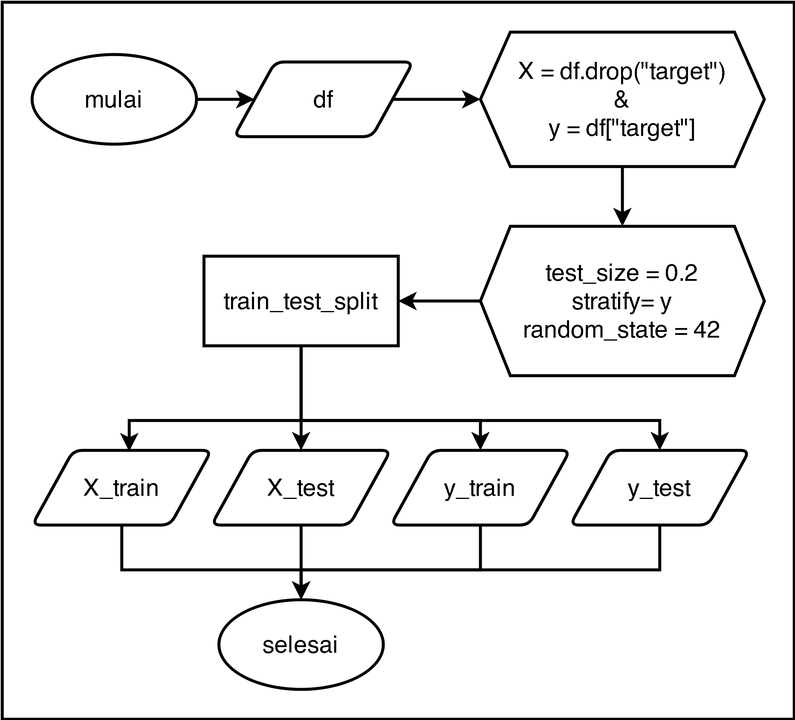
rshby/skripsi keeps this draw.io diagram as Images/flowchart_datasets_splitting.png. Above is the earlier version. Source tidied: cells renumbered, new cells last; positions are measured from the earlier drawing's top-left corner, leaving out a move shared by most shapes. Source of this version:
```xml
<mxGraphModel>
  <root>
    <mxCell id="0" />
    <mxCell id="1" parent="0" />
    <mxCell id="2" style="group;" parent="1" vertex="1">
      <mxGeometry width="530" height="480" as="geometry" />
    </mxCell>
    <mxCell id="3" style="rounded=0;whiteSpace=wrap;html=1;strokeWidth=2;" parent="2" vertex="1">
      <mxGeometry width="530" height="480" as="geometry" />
    </mxCell>
    <mxCell id="4" value="&lt;font style=&quot;font-size: 16px&quot;&gt;mulai&lt;/font&gt;" style="ellipse;whiteSpace=wrap;html=1;strokeWidth=2;" parent="2" vertex="1">
      <mxGeometry x="20" y="35" width="110" height="60" as="geometry" />
    </mxCell>
    <mxCell id="5" value="&lt;font style=&quot;font-size: 16px&quot;&gt;df&lt;/font&gt;" style="shape=parallelogram;html=1;strokeWidth=2;perimeter=parallelogramPerimeter;whiteSpace=wrap;rounded=1;arcSize=12;size=0.23;" parent="2" vertex="1">
      <mxGeometry x="155" y="40" width="120" height="50" as="geometry" />
    </mxCell>
    <mxCell id="6" value="&lt;font style=&quot;font-size: 16px&quot;&gt;X_train&lt;/font&gt;" style="shape=parallelogram;html=1;strokeWidth=2;perimeter=parallelogramPerimeter;whiteSpace=wrap;rounded=1;arcSize=12;size=0.23;" parent="2" vertex="1">
      <mxGeometry x="20" y="300" width="120" height="50" as="geometry" />
    </mxCell>
    <mxCell id="7" value="&lt;font style=&quot;font-size: 16px&quot;&gt;X_test&lt;/font&gt;" style="shape=parallelogram;html=1;strokeWidth=2;perimeter=parallelogramPerimeter;whiteSpace=wrap;rounded=1;arcSize=12;size=0.23;" parent="2" vertex="1">
      <mxGeometry x="140" y="300" width="120" height="50" as="geometry" />
    </mxCell>
    <mxCell id="8" value="&lt;span style=&quot;font-size: 16px&quot;&gt;y_train&lt;/span&gt;" style="shape=parallelogram;html=1;strokeWidth=2;perimeter=parallelogramPerimeter;whiteSpace=wrap;rounded=1;arcSize=12;size=0.23;" parent="2" vertex="1">
      <mxGeometry x="260" y="300" width="120" height="50" as="geometry" />
    </mxCell>
    <mxCell id="9" value="&lt;font style=&quot;font-size: 16px&quot;&gt;y_test&lt;/font&gt;" style="shape=parallelogram;html=1;strokeWidth=2;perimeter=parallelogramPerimeter;whiteSpace=wrap;rounded=1;arcSize=12;size=0.23;" parent="2" vertex="1">
      <mxGeometry x="380" y="300" width="120" height="50" as="geometry" />
    </mxCell>
    <mxCell id="10" value="&lt;font style=&quot;font-size: 16px&quot;&gt;selesai&lt;/font&gt;" style="ellipse;whiteSpace=wrap;html=1;strokeWidth=2;" parent="2" vertex="1">
      <mxGeometry x="145" y="400" width="110" height="60" as="geometry" />
    </mxCell>
    <mxCell id="11" value="&lt;font style=&quot;font-size: 16px&quot;&gt;test_size = 0.2&lt;br&gt;stratify= y&lt;br&gt;random_state = 42&lt;br&gt;&lt;/font&gt;" style="shape=hexagon;perimeter=hexagonPerimeter2;whiteSpace=wrap;html=1;fixedSize=1;strokeWidth=2;" parent="2" vertex="1">
      <mxGeometry x="320" y="150" width="190" height="100" as="geometry" />
    </mxCell>
    <mxCell id="12" value="&lt;font style=&quot;font-size: 16px&quot;&gt;X = df.drop(&quot;target&quot;)&lt;br&gt;&amp;amp;&lt;br&gt;y = df[&quot;target&quot;]&lt;/font&gt;" style="shape=hexagon;perimeter=hexagonPerimeter2;whiteSpace=wrap;html=1;fixedSize=1;strokeWidth=2;" parent="2" vertex="1">
      <mxGeometry x="320" y="20" width="190" height="90" as="geometry" />
    </mxCell>
    <mxCell id="13" style="endArrow=classic;html=1;strokeWidth=2;exitX=1;exitY=0.5;exitDx=0;exitDy=0;entryX=0;entryY=0.5;entryDx=0;entryDy=0;" parent="2" edge="1" source="5" target="12">
      <mxGeometry relative="1" as="geometry" />
    </mxCell>
    <mxCell id="14" style="endArrow=classic;html=1;strokeWidth=2;exitX=1;exitY=0.5;exitDx=0;exitDy=0;entryX=0;entryY=0.5;entryDx=0;entryDy=0;" parent="2" edge="1" source="4" target="5">
      <mxGeometry relative="1" as="geometry" />
    </mxCell>
    <mxCell id="15" value="&lt;font style=&quot;font-size: 16px&quot;&gt;train_test_split&lt;/font&gt;" style="rounded=0;whiteSpace=wrap;html=1;strokeWidth=2;" parent="2" vertex="1">
      <mxGeometry x="135" y="170" width="130" height="60" as="geometry" />
    </mxCell>
    <mxCell id="16" style="endArrow=classic;html=1;strokeWidth=2;exitX=0.5;exitY=1;exitDx=0;exitDy=0;entryX=0.5;entryY=0;entryDx=0;entryDy=0;" parent="2" edge="1" source="12" target="11">
      <mxGeometry relative="1" as="geometry" />
    </mxCell>
    <mxCell id="17" style="endArrow=classic;html=1;strokeWidth=2;exitX=0;exitY=0.5;exitDx=0;exitDy=0;entryX=1;entryY=0.5;entryDx=0;entryDy=0;" parent="2" edge="1" source="11" target="15">
      <mxGeometry relative="1" as="geometry" />
    </mxCell>
    <mxCell id="18" style="endArrow=classic;html=1;strokeWidth=2;exitX=0.5;exitY=1;exitDx=0;exitDy=0;entryX=0.541;entryY=0.014;entryDx=0;entryDy=0;entryPerimeter=0;rounded=0;" parent="2" edge="1" source="15" target="6">
      <mxGeometry relative="1" as="geometry">
        <Array as="points">
          <mxPoint x="200" y="280" />
          <mxPoint x="85" y="280" />
        </Array>
      </mxGeometry>
    </mxCell>
    <mxCell id="19" style="endArrow=classic;html=1;strokeWidth=2;exitX=0.5;exitY=1;exitDx=0;exitDy=0;entryX=0.5;entryY=0;entryDx=0;entryDy=0;" parent="2" edge="1" source="15" target="7">
      <mxGeometry relative="1" as="geometry" />
    </mxCell>
    <mxCell id="20" style="endArrow=classic;html=1;strokeWidth=2;exitX=0.5;exitY=1;exitDx=0;exitDy=0;entryX=0.5;entryY=0;entryDx=0;entryDy=0;rounded=0;" parent="2" edge="1" source="15" target="8">
      <mxGeometry relative="1" as="geometry">
        <Array as="points">
          <mxPoint x="200" y="280" />
          <mxPoint x="320" y="280" />
        </Array>
      </mxGeometry>
    </mxCell>
    <mxCell id="21" style="endArrow=classic;html=1;strokeWidth=2;exitX=0.5;exitY=1;exitDx=0;exitDy=0;entryX=0.5;entryY=0;entryDx=0;entryDy=0;rounded=0;" parent="2" edge="1" source="15" target="9">
      <mxGeometry relative="1" as="geometry">
        <Array as="points">
          <mxPoint x="200" y="280" />
          <mxPoint x="440" y="280" />
        </Array>
      </mxGeometry>
    </mxCell>
    <mxCell id="22" style="endArrow=classic;html=1;strokeWidth=2;exitX=0.5;exitY=1;exitDx=0;exitDy=0;entryX=0.5;entryY=0;entryDx=0;entryDy=0;" parent="2" edge="1" source="7" target="10">
      <mxGeometry relative="1" as="geometry" />
    </mxCell>
    <mxCell id="23" style="endArrow=classic;html=1;strokeWidth=2;exitX=0.5;exitY=1;exitDx=0;exitDy=0;entryX=0.5;entryY=0;entryDx=0;entryDy=0;rounded=0;" parent="2" edge="1" source="8" target="10">
      <mxGeometry relative="1" as="geometry">
        <Array as="points">
          <mxPoint x="320" y="380" />
          <mxPoint x="200" y="380" />
        </Array>
      </mxGeometry>
    </mxCell>
    <mxCell id="24" style="endArrow=classic;html=1;strokeWidth=2;exitX=0.5;exitY=1;exitDx=0;exitDy=0;entryX=0.5;entryY=0;entryDx=0;entryDy=0;rounded=0;" parent="2" edge="1" source="6" target="10">
      <mxGeometry relative="1" as="geometry">
        <Array as="points">
          <mxPoint x="80" y="380" />
          <mxPoint x="200" y="380" />
        </Array>
      </mxGeometry>
    </mxCell>
    <mxCell id="25" style="endArrow=classic;html=1;strokeWidth=2;exitX=0.5;exitY=1;exitDx=0;exitDy=0;entryX=0.5;entryY=0;entryDx=0;entryDy=0;rounded=0;" parent="2" edge="1" source="9" target="10">
      <mxGeometry relative="1" as="geometry">
        <Array as="points">
          <mxPoint x="440" y="380" />
          <mxPoint x="200" y="380" />
        </Array>
      </mxGeometry>
    </mxCell>
  </root>
</mxGraphModel>
```
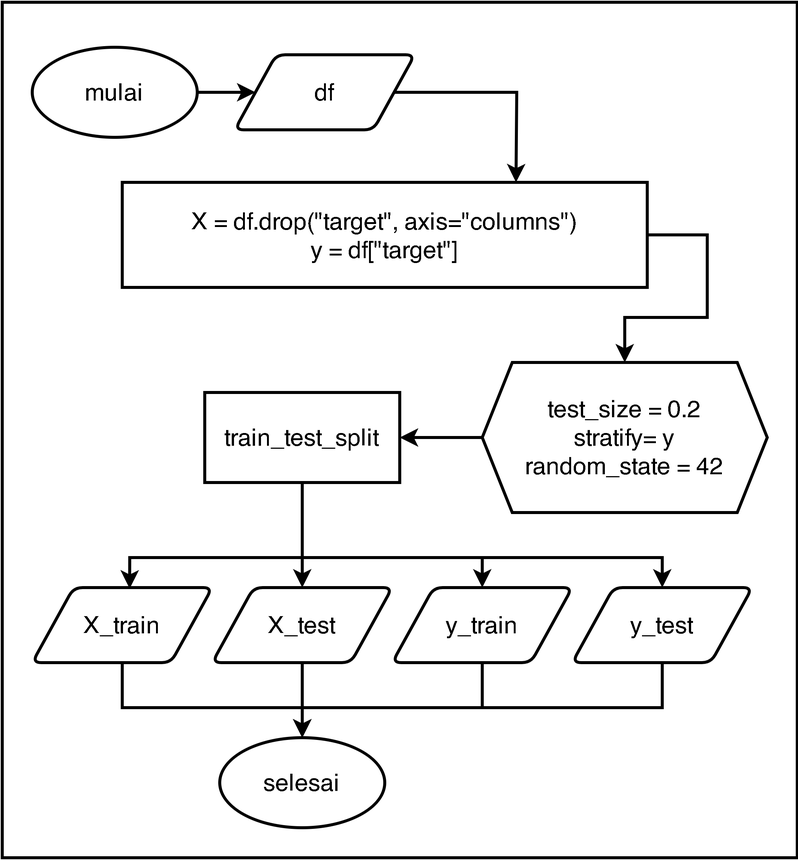
After the commit.

Commit message:
Update Gambar FLowchart

Diff of the diagram source:
```diff
@@ -2,107 +2,117 @@
   <root>
     <mxCell id="0" />
     <mxCell id="1" parent="0" />
-    <mxCell id="2" style="group;" parent="1" vertex="1">
-      <mxGeometry width="530" height="480" as="geometry" />
-    </mxCell>
+    <mxCell id="26" style="group;" parent="1" vertex="1">
+      <mxGeometry y="-90" width="530" height="570" as="geometry" />
+    </mxCell>
-    <mxCell id="3" style="rounded=0;whiteSpace=wrap;html=1;strokeWidth=2;" parent="2" vertex="1">
-      <mxGeometry width="530" height="480" as="geometry" />
+    <mxCell id="3" style="rounded=0;whiteSpace=wrap;html=1;strokeWidth=2;" parent="26" vertex="1">
+      <mxGeometry width="530" height="570" as="geometry" />
     </mxCell>
-    <mxCell id="4" value="&lt;font style=&quot;font-size: 16px&quot;&gt;mulai&lt;/font&gt;" style="ellipse;whiteSpace=wrap;html=1;strokeWidth=2;" parent="2" vertex="1">
-      <mxGeometry x="20" y="35" width="110" height="60" as="geometry" />
+    <mxCell id="4" value="&lt;font style=&quot;font-size: 16px&quot;&gt;mulai&lt;/font&gt;" style="ellipse;whiteSpace=wrap;html=1;strokeWidth=2;" parent="26" vertex="1">
+      <mxGeometry x="20" y="30" width="110" height="60" as="geometry" />
     </mxCell>
-    <mxCell id="5" value="&lt;font style=&quot;font-size: 16px&quot;&gt;df&lt;/font&gt;" style="shape=parallelogram;html=1;strokeWidth=2;perimeter=parallelogramPerimeter;whiteSpace=wrap;rounded=1;arcSize=12;size=0.23;" parent="2" vertex="1">
-      <mxGeometry x="155" y="40" width="120" height="50" as="geometry" />
+    <mxCell id="5" value="&lt;font style=&quot;font-size: 16px&quot;&gt;df&lt;/font&gt;" style="shape=parallelogram;html=1;strokeWidth=2;perimeter=parallelogramPerimeter;whiteSpace=wrap;rounded=1;arcSize=12;size=0.23;" parent="26" vertex="1">
+      <mxGeometry x="155" y="35" width="120" height="50" as="geometry" />
     </mxCell>
-    <mxCell id="6" value="&lt;font style=&quot;font-size: 16px&quot;&gt;X_train&lt;/font&gt;" style="shape=parallelogram;html=1;strokeWidth=2;perimeter=parallelogramPerimeter;whiteSpace=wrap;rounded=1;arcSize=12;size=0.23;" parent="2" vertex="1">
-      <mxGeometry x="20" y="300" width="120" height="50" as="geometry" />
+    <mxCell id="6" value="&lt;font style=&quot;font-size: 16px&quot;&gt;X_train&lt;/font&gt;" style="shape=parallelogram;html=1;strokeWidth=2;perimeter=parallelogramPerimeter;whiteSpace=wrap;rounded=1;arcSize=12;size=0.23;" parent="26" vertex="1">
+      <mxGeometry x="20" y="390" width="120" height="50" as="geometry" />
     </mxCell>
-    <mxCell id="7" value="&lt;font style=&quot;font-size: 16px&quot;&gt;X_test&lt;/font&gt;" style="shape=parallelogram;html=1;strokeWidth=2;perimeter=parallelogramPerimeter;whiteSpace=wrap;rounded=1;arcSize=12;size=0.23;" parent="2" vertex="1">
-      <mxGeometry x="140" y="300" width="120" height="50" as="geometry" />
+    <mxCell id="7" value="&lt;font style=&quot;font-size: 16px&quot;&gt;X_test&lt;/font&gt;" style="shape=parallelogram;html=1;strokeWidth=2;perimeter=parallelogramPerimeter;whiteSpace=wrap;rounded=1;arcSize=12;size=0.23;" parent="26" vertex="1">
+      <mxGeometry x="140" y="390" width="120" height="50" as="geometry" />
     </mxCell>
-    <mxCell id="8" value="&lt;span style=&quot;font-size: 16px&quot;&gt;y_train&lt;/span&gt;" style="shape=parallelogram;html=1;strokeWidth=2;perimeter=parallelogramPerimeter;whiteSpace=wrap;rounded=1;arcSize=12;size=0.23;" parent="2" vertex="1">
-      <mxGeometry x="260" y="300" width="120" height="50" as="geometry" />
+    <mxCell id="8" value="&lt;span style=&quot;font-size: 16px&quot;&gt;y_train&lt;/span&gt;" style="shape=parallelogram;html=1;strokeWidth=2;perimeter=parallelogramPerimeter;whiteSpace=wrap;rounded=1;arcSize=12;size=0.23;" parent="26" vertex="1">
+      <mxGeometry x="260" y="390" width="120" height="50" as="geometry" />
     </mxCell>
-    <mxCell id="9" value="&lt;font style=&quot;font-size: 16px&quot;&gt;y_test&lt;/font&gt;" style="shape=parallelogram;html=1;strokeWidth=2;perimeter=parallelogramPerimeter;whiteSpace=wrap;rounded=1;arcSize=12;size=0.23;" parent="2" vertex="1">
-      <mxGeometry x="380" y="300" width="120" height="50" as="geometry" />
+    <mxCell id="9" value="&lt;font style=&quot;font-size: 16px&quot;&gt;y_test&lt;/font&gt;" style="shape=parallelogram;html=1;strokeWidth=2;perimeter=parallelogramPerimeter;whiteSpace=wrap;rounded=1;arcSize=12;size=0.23;" parent="26" vertex="1">
+      <mxGeometry x="380" y="390" width="120" height="50" as="geometry" />
     </mxCell>
-    <mxCell id="10" value="&lt;font style=&quot;font-size: 16px&quot;&gt;selesai&lt;/font&gt;" style="ellipse;whiteSpace=wrap;html=1;strokeWidth=2;" parent="2" vertex="1">
-      <mxGeometry x="145" y="400" width="110" height="60" as="geometry" />
+    <mxCell id="10" value="&lt;font style=&quot;font-size: 16px&quot;&gt;selesai&lt;/font&gt;" style="ellipse;whiteSpace=wrap;html=1;strokeWidth=2;" parent="26" vertex="1">
+      <mxGeometry x="145" y="490" width="110" height="60" as="geometry" />
     </mxCell>
-    <mxCell id="11" value="&lt;font style=&quot;font-size: 16px&quot;&gt;test_size = 0.2&lt;br&gt;stratify= y&lt;br&gt;random_state = 42&lt;br&gt;&lt;/font&gt;" style="shape=hexagon;perimeter=hexagonPerimeter2;whiteSpace=wrap;html=1;fixedSize=1;strokeWidth=2;" parent="2" vertex="1">
-      <mxGeometry x="320" y="150" width="190" height="100" as="geometry" />
+    <mxCell id="11" value="&lt;font style=&quot;font-size: 16px&quot;&gt;test_size = 0.2&lt;br&gt;stratify= y&lt;br&gt;random_state = 42&lt;br&gt;&lt;/font&gt;" style="shape=hexagon;perimeter=hexagonPerimeter2;whiteSpace=wrap;html=1;fixedSize=1;strokeWidth=2;" parent="26" vertex="1">
+      <mxGeometry x="320" y="240" width="190" height="100" as="geometry" />
     </mxCell>
-    <mxCell id="12" value="&lt;font style=&quot;font-size: 16px&quot;&gt;X = df.drop(&quot;target&quot;)&lt;br&gt;&amp;amp;&lt;br&gt;y = df[&quot;target&quot;]&lt;/font&gt;" style="shape=hexagon;perimeter=hexagonPerimeter2;whiteSpace=wrap;html=1;fixedSize=1;strokeWidth=2;" parent="2" vertex="1">
-      <mxGeometry x="320" y="20" width="190" height="90" as="geometry" />
-    </mxCell>
-    <mxCell id="13" style="endArrow=classic;html=1;strokeWidth=2;exitX=1;exitY=0.5;exitDx=0;exitDy=0;entryX=0;entryY=0.5;entryDx=0;entryDy=0;" parent="2" edge="1" source="5" target="12">
-      <mxGeometry relative="1" as="geometry" />
+    <mxCell id="13" style="endArrow=classic;html=1;strokeWidth=2;exitX=1;exitY=0.5;exitDx=0;exitDy=0;entryX=0.75;entryY=0;entryDx=0;entryDy=0;rounded=0;" parent="26" edge="1" source="5" target="27">
+      <mxGeometry y="-5" as="geometry">
+        <Array as="points">
+          <mxPoint x="343" y="60" />
+        </Array>
+      </mxGeometry>
     </mxCell>
-    <mxCell id="14" style="endArrow=classic;html=1;strokeWidth=2;exitX=1;exitY=0.5;exitDx=0;exitDy=0;entryX=0;entryY=0.5;entryDx=0;entryDy=0;" parent="2" edge="1" source="4" target="5">
-      <mxGeometry relative="1" as="geometry" />
+    <mxCell id="14" style="endArrow=classic;html=1;strokeWidth=2;exitX=1;exitY=0.5;exitDx=0;exitDy=0;entryX=0;entryY=0.5;entryDx=0;entryDy=0;" parent="26" edge="1" source="4" target="5">
+      <mxGeometry y="-5" as="geometry" />
     </mxCell>
-    <mxCell id="15" value="&lt;font style=&quot;font-size: 16px&quot;&gt;train_test_split&lt;/font&gt;" style="rounded=0;whiteSpace=wrap;html=1;strokeWidth=2;" parent="2" vertex="1">
-      <mxGeometry x="135" y="170" width="130" height="60" as="geometry" />
+    <mxCell id="15" value="&lt;font style=&quot;font-size: 16px&quot;&gt;train_test_split&lt;/font&gt;" style="rounded=0;whiteSpace=wrap;html=1;strokeWidth=2;" parent="26" vertex="1">
+      <mxGeometry x="135" y="260" width="130" height="60" as="geometry" />
     </mxCell>
-    <mxCell id="16" style="endArrow=classic;html=1;strokeWidth=2;exitX=0.5;exitY=1;exitDx=0;exitDy=0;entryX=0.5;entryY=0;entryDx=0;entryDy=0;" parent="2" edge="1" source="12" target="11">
-      <mxGeometry relative="1" as="geometry" />
+    <mxCell id="16" style="endArrow=classic;html=1;strokeWidth=2;exitX=1;exitY=0.5;exitDx=0;exitDy=0;entryX=0.5;entryY=0;entryDx=0;entryDy=0;rounded=0;" parent="26" edge="1" source="27" target="11">
+      <mxGeometry y="90" as="geometry">
+        <Array as="points">
+          <mxPoint x="470" y="155" />
+          <mxPoint x="470" y="210" />
+          <mxPoint x="415" y="210" />
+        </Array>
+      </mxGeometry>
     </mxCell>
-    <mxCell id="17" style="endArrow=classic;html=1;strokeWidth=2;exitX=0;exitY=0.5;exitDx=0;exitDy=0;entryX=1;entryY=0.5;entryDx=0;entryDy=0;" parent="2" edge="1" source="11" target="15">
-      <mxGeometry relative="1" as="geometry" />
+    <mxCell id="17" style="endArrow=classic;html=1;strokeWidth=2;exitX=0;exitY=0.5;exitDx=0;exitDy=0;entryX=1;entryY=0.5;entryDx=0;entryDy=0;" parent="26" edge="1" source="11" target="15">
+      <mxGeometry y="90" as="geometry" />
     </mxCell>
-    <mxCell id="18" style="endArrow=classic;html=1;strokeWidth=2;exitX=0.5;exitY=1;exitDx=0;exitDy=0;entryX=0.541;entryY=0.014;entryDx=0;entryDy=0;entryPerimeter=0;rounded=0;" parent="2" edge="1" source="15" target="6">
-      <mxGeometry relative="1" as="geometry">
+    <mxCell id="18" style="endArrow=classic;html=1;strokeWidth=2;exitX=0.5;exitY=1;exitDx=0;exitDy=0;entryX=0.541;entryY=0.014;entryDx=0;entryDy=0;entryPerimeter=0;rounded=0;" parent="26" edge="1" source="15" target="6">
+      <mxGeometry y="90" as="geometry">
         <Array as="points">
-          <mxPoint x="200" y="280" />
-          <mxPoint x="85" y="280" />
+          <mxPoint x="200" y="370" />
+          <mxPoint x="85" y="370" />
         </Array>
       </mxGeometry>
     </mxCell>
-    <mxCell id="19" style="endArrow=classic;html=1;strokeWidth=2;exitX=0.5;exitY=1;exitDx=0;exitDy=0;entryX=0.5;entryY=0;entryDx=0;entryDy=0;" parent="2" edge="1" source="15" target="7">
-      <mxGeometry relative="1" as="geometry" />
+    <mxCell id="19" style="endArrow=classic;html=1;strokeWidth=2;exitX=0.5;exitY=1;exitDx=0;exitDy=0;entryX=0.5;entryY=0;entryDx=0;entryDy=0;" parent="26" edge="1" source="15" target="7">
+      <mxGeometry y="90" as="geometry" />
     </mxCell>
-    <mxCell id="20" style="endArrow=classic;html=1;strokeWidth=2;exitX=0.5;exitY=1;exitDx=0;exitDy=0;entryX=0.5;entryY=0;entryDx=0;entryDy=0;rounded=0;" parent="2" edge="1" source="15" target="8">
-      <mxGeometry relative="1" as="geometry">
+    <mxCell id="20" style="endArrow=classic;html=1;strokeWidth=2;exitX=0.5;exitY=1;exitDx=0;exitDy=0;entryX=0.5;entryY=0;entryDx=0;entryDy=0;rounded=0;" parent="26" edge="1" source="15" target="8">
+      <mxGeometry y="90" as="geometry">
         <Array as="points">
-          <mxPoint x="200" y="280" />
-          <mxPoint x="320" y="280" />
+          <mxPoint x="200" y="370" />
+          <mxPoint x="320" y="370" />
         </Array>
       </mxGeometry>
     </mxCell>
-    <mxCell id="21" style="endArrow=classic;html=1;strokeWidth=2;exitX=0.5;exitY=1;exitDx=0;exitDy=0;entryX=0.5;entryY=0;entryDx=0;entryDy=0;rounded=0;" parent="2" edge="1" source="15" target="9">
-      <mxGeometry relative="1" as="geometry">
+    <mxCell id="21" style="endArrow=classic;html=1;strokeWidth=2;exitX=0.5;exitY=1;exitDx=0;exitDy=0;entryX=0.5;entryY=0;entryDx=0;entryDy=0;rounded=0;" parent="26" edge="1" source="15" target="9">
+      <mxGeometry y="90" as="geometry">
         <Array as="points">
-          <mxPoint x="200" y="280" />
-          <mxPoint x="440" y="280" />
+          <mxPoint x="200" y="370" />
+          <mxPoint x="440" y="370" />
         </Array>
       </mxGeometry>
     </mxCell>
-    <mxCell id="22" style="endArrow=classic;html=1;strokeWidth=2;exitX=0.5;exitY=1;exitDx=0;exitDy=0;entryX=0.5;entryY=0;entryDx=0;entryDy=0;" parent="2" edge="1" source="7" target="10">
-      <mxGeometry relative="1" as="geometry" />
+    <mxCell id="22" style="endArrow=classic;html=1;strokeWidth=2;exitX=0.5;exitY=1;exitDx=0;exitDy=0;entryX=0.5;entryY=0;entryDx=0;entryDy=0;" parent="26" edge="1" source="7" target="10">
+      <mxGeometry y="90" as="geometry" />
     </mxCell>
-    <mxCell id="23" style="endArrow=classic;html=1;strokeWidth=2;exitX=0.5;exitY=1;exitDx=0;exitDy=0;entryX=0.5;entryY=0;entryDx=0;entryDy=0;rounded=0;" parent="2" edge="1" source="8" target="10">
-      <mxGeometry relative="1" as="geometry">
+    <mxCell id="23" style="endArrow=classic;html=1;strokeWidth=2;exitX=0.5;exitY=1;exitDx=0;exitDy=0;entryX=0.5;entryY=0;entryDx=0;entryDy=0;rounded=0;" parent="26" edge="1" source="8" target="10">
+      <mxGeometry y="90" as="geometry">
         <Array as="points">
-          <mxPoint x="320" y="380" />
-          <mxPoint x="200" y="380" />
+          <mxPoint x="320" y="470" />
+          <mxPoint x="200" y="470" />
         </Array>
       </mxGeometry>
     </mxCell>
-    <mxCell id="24" style="endArrow=classic;html=1;strokeWidth=2;exitX=0.5;exitY=1;exitDx=0;exitDy=0;entryX=0.5;entryY=0;entryDx=0;entryDy=0;rounded=0;" parent="2" edge="1" source="6" target="10">
-      <mxGeometry relative="1" as="geometry">
+    <mxCell id="24" style="endArrow=classic;html=1;strokeWidth=2;exitX=0.5;exitY=1;exitDx=0;exitDy=0;entryX=0.5;entryY=0;entryDx=0;entryDy=0;rounded=0;" parent="26" edge="1" source="6" target="10">
+      <mxGeometry y="90" as="geometry">
         <Array as="points">
-          <mxPoint x="80" y="380" />
-          <mxPoint x="200" y="380" />
+          <mxPoint x="80" y="470" />
+          <mxPoint x="200" y="470" />
         </Array>
       </mxGeometry>
     </mxCell>
-    <mxCell id="25" style="endArrow=classic;html=1;strokeWidth=2;exitX=0.5;exitY=1;exitDx=0;exitDy=0;entryX=0.5;entryY=0;entryDx=0;entryDy=0;rounded=0;" parent="2" edge="1" source="9" target="10">
-      <mxGeometry relative="1" as="geometry">
+    <mxCell id="25" style="endArrow=classic;html=1;strokeWidth=2;exitX=0.5;exitY=1;exitDx=0;exitDy=0;entryX=0.5;entryY=0;entryDx=0;entryDy=0;rounded=0;" parent="26" edge="1" source="9" target="10">
+      <mxGeometry y="90" as="geometry">
         <Array as="points">
-          <mxPoint x="440" y="380" />
-          <mxPoint x="200" y="380" />
+          <mxPoint x="440" y="470" />
+          <mxPoint x="200" y="470" />
         </Array>
       </mxGeometry>
     </mxCell>
+    <mxCell id="27" value="&lt;font style=&quot;font-size: 16px&quot;&gt;X = df.drop(&quot;target&quot;, axis=&quot;columns&quot;)&lt;br&gt;y = df[&quot;target&quot;]&lt;/font&gt;" style="rounded=0;whiteSpace=wrap;html=1;strokeWidth=2;" parent="26" vertex="1">
+      <mxGeometry x="80" y="120" width="350" height="70" as="geometry" />
+    </mxCell>
   </root>
 </mxGraphModel>
```
